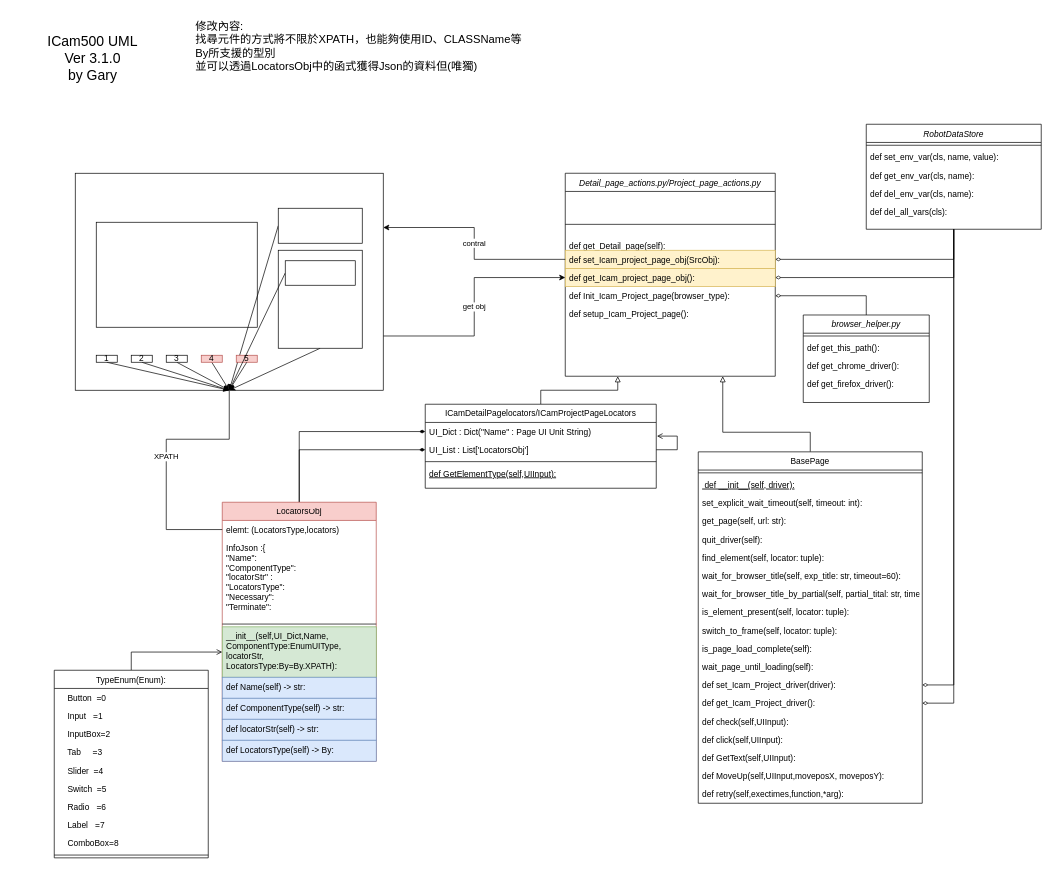
Earlier version of the draw.io diagram page "版本3.1.0-20220215" (1 of 4) of doc/E2E架構圖.drawio (YiFan0221/E2E-POM). Source tidied: cells renumbered, new cells numbered last; positions are measured from the earlier drawing's top-left corner, leaving out a move shared by most shapes. Both pictures are drawn from the tidied source at 70%, with x=0, y=0 at pixel (12, 19).
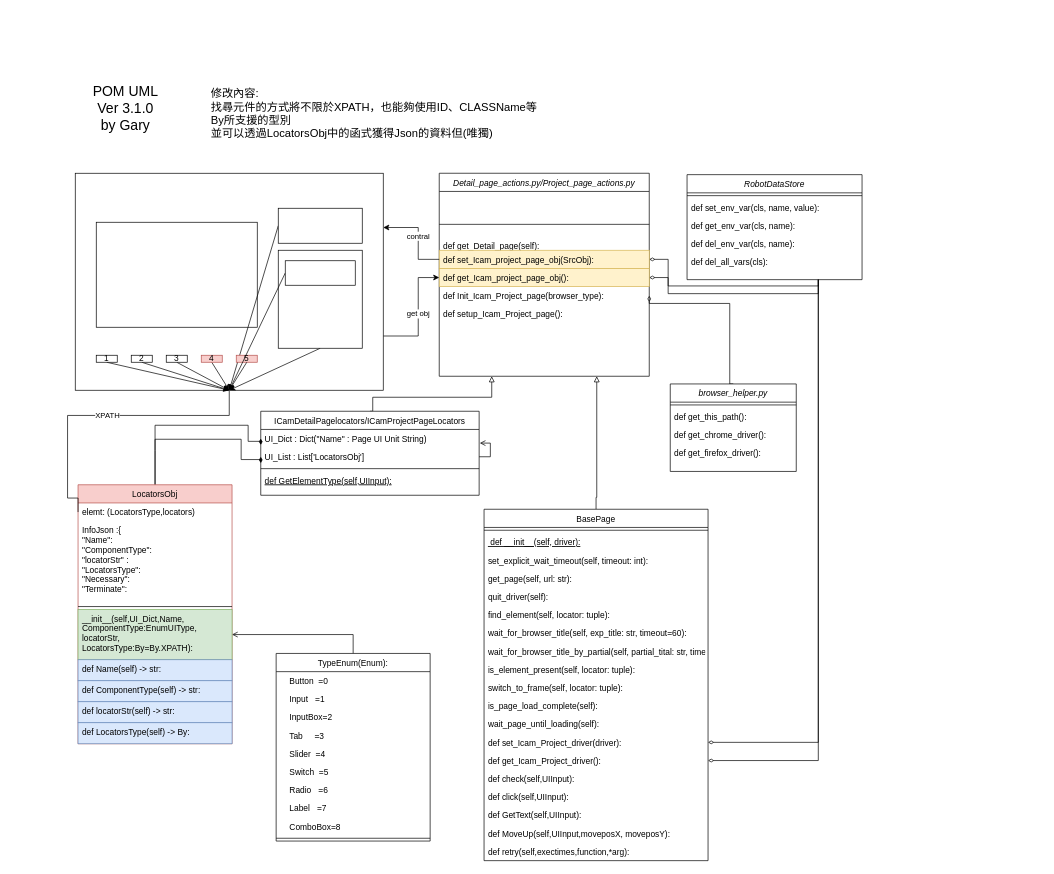
The same page after the edit.

The change refers to these unchanged cells:
```xml
<mxCell id="16" value="def set_Icam_Project_driver(driver):" style="text;align=left;verticalAlign=top;spacingLeft=4;spacingRight=4;overflow=hidden;points=[[0,0.5],[1,0.5]];portConstraint=eastwest;" parent="3" vertex="1">
  <mxGeometry y="320" width="320" height="26" as="geometry" />
</mxCell>
<mxCell id="17" value="def get_Icam_Project_driver():" style="text;align=left;verticalAlign=top;spacingLeft=4;spacingRight=4;overflow=hidden;points=[[0,0.5],[1,0.5]];portConstraint=eastwest;" parent="3" vertex="1">
  <mxGeometry y="346" width="320" height="26" as="geometry" />
</mxCell>
<mxCell id="33" value="elemt: (LocatorsType,locators)" style="text;align=left;verticalAlign=top;spacingLeft=4;spacingRight=4;overflow=hidden;points=[[0,0.5],[1,0.5]];portConstraint=eastwest;" parent="32" vertex="1">
  <mxGeometry y="26" width="220" height="26" as="geometry" />
</mxCell>
<mxCell id="36" value="__init__(self,UI_Dict,Name,&#10;ComponentType:EnumUIType,&#10;locatorStr,&#10;LocatorsType:By=By.XPATH): " style="text;align=left;verticalAlign=top;spacingLeft=4;spacingRight=4;overflow=hidden;points=[[0,0.5],[1,0.5]];portConstraint=eastwest;fontStyle=0;strokeColor=#82b366;fillColor=#d5e8d4;" parent="32" vertex="1">
  <mxGeometry y="178" width="220" height="72" as="geometry" />
</mxCell>
<mxCell id="57" value="def set_Icam_project_page_obj(SrcObj):" style="text;align=left;verticalAlign=top;spacingLeft=4;spacingRight=4;overflow=hidden;points=[[0,0.5],[1,0.5]];portConstraint=eastwest;fillColor=#fff2cc;strokeColor=#d6b656;" parent="53" vertex="1">
  <mxGeometry y="110" width="300" height="26" as="geometry" />
</mxCell>
<mxCell id="58" value="def get_Icam_project_page_obj():" style="text;align=left;verticalAlign=top;spacingLeft=4;spacingRight=4;overflow=hidden;points=[[0,0.5],[1,0.5]];portConstraint=eastwest;fillColor=#fff2cc;strokeColor=#d6b656;" parent="53" vertex="1">
  <mxGeometry y="136" width="300" height="26" as="geometry" />
</mxCell>
<mxCell id="59" value="def Init_Icam_Project_page(browser_type):" style="text;align=left;verticalAlign=top;spacingLeft=4;spacingRight=4;overflow=hidden;points=[[0,0.5],[1,0.5]];portConstraint=eastwest;" parent="53" vertex="1">
  <mxGeometry y="162" width="300" height="26" as="geometry" />
</mxCell>
<mxCell id="70" value="WEB UI" style="rounded=0;whiteSpace=wrap;html=1;" parent="1" vertex="1">
  <mxGeometry x="90" y="220" width="440" height="310" as="geometry" />
</mxCell>
```

What changed in the source:
```diff
@@
     <mxCell id="2" style="edgeStyle=orthogonalEdgeStyle;rounded=0;jettySize=auto;html=1;exitX=0.5;exitY=0;exitDx=0;exitDy=0;entryX=0.75;entryY=1;entryDx=0;entryDy=0;startArrow=none;startFill=0;endArrow=block;endFill=0;" parent="1" edge="1" source="3" target="53">
       <mxGeometry relative="1" as="geometry">
         <Array as="points">
-          <mxPoint x="1140" y="590" />
-          <mxPoint x="1015" y="590" />
+          <mxPoint x="835" y="683" />
         </Array>
       </mxGeometry>
     </mxCell>
     <mxCell id="3" value="BasePage&#10;" style="swimlane;fontStyle=0;align=center;verticalAlign=top;horizontal=1;startSize=26;rounded=0;shadow=0;strokeWidth=1;" parent="1" vertex="1">
-      <mxGeometry x="980" y="618" width="320" height="502" as="geometry" />
+      <mxGeometry x="674" y="700" width="320" height="502" as="geometry" />
     </mxCell>
@@
     <mxCell id="23" style="edgeStyle=orthogonalEdgeStyle;rounded=0;jettySize=auto;html=1;exitX=0.5;exitY=0;exitDx=0;exitDy=0;entryX=0.25;entryY=1;entryDx=0;entryDy=0;startArrow=none;startFill=0;endArrow=block;endFill=0;" parent="1" edge="1" source="24" target="53">
       <mxGeometry relative="1" as="geometry">
         <Array as="points">
-          <mxPoint x="755" y="530" />
-          <mxPoint x="865" y="530" />
+          <mxPoint x="515" y="540" />
+          <mxPoint x="685" y="540" />
         </Array>
       </mxGeometry>
     </mxCell>
     <mxCell id="24" value="ICamDetailPagelocators/ICamProjectPageLocators" style="swimlane;fontStyle=0;align=center;verticalAlign=top;horizontal=1;startSize=26;rounded=0;shadow=0;strokeWidth=1;" parent="1" vertex="1">
-      <mxGeometry x="590" y="550" width="330" height="120" as="geometry" />
+      <mxGeometry x="355" y="560" width="312" height="120" as="geometry" />
     </mxCell>
     <mxCell id="25" value="UI_Dict : Dict(&quot;Name&quot; : Page UI Unit String)" style="text;align=left;verticalAlign=top;spacingLeft=4;spacingRight=4;overflow=hidden;points=[[0,0.5],[1,0.5]];portConstraint=eastwest;" parent="24" vertex="1">
-      <mxGeometry y="26" width="330" height="26" as="geometry" />
+      <mxGeometry y="26" width="312" height="26" as="geometry" />
     </mxCell>
     <mxCell id="26" style="edgeStyle=orthogonalEdgeStyle;rounded=0;jettySize=auto;html=1;entryX=1.003;entryY=0.75;entryDx=0;entryDy=0;entryPerimeter=0;startArrow=none;startFill=0;endArrow=open;endFill=0;exitX=1;exitY=0.5;exitDx=0;exitDy=0;" parent="24" edge="1" source="27" target="25">
       <mxGeometry relative="1" as="geometry">
         <Array as="points">
-          <mxPoint x="360" y="65" />
-          <mxPoint x="360" y="46" />
+          <mxPoint x="328" y="65" />
+          <mxPoint x="328" y="45" />
         </Array>
       </mxGeometry>
     </mxCell>
     <mxCell id="27" value="UI_List : List['LocatorsObj']" style="text;align=left;verticalAlign=top;spacingLeft=4;spacingRight=4;overflow=hidden;points=[[0,0.5],[1,0.5]];portConstraint=eastwest;" parent="24" vertex="1">
-      <mxGeometry y="52" width="330" height="26" as="geometry" />
+      <mxGeometry y="52" width="312" height="26" as="geometry" />
     </mxCell>
     <mxCell id="28" style="line;html=1;strokeWidth=1;align=left;verticalAlign=middle;spacingTop=-1;spacingLeft=3;spacingRight=3;labelPosition=right;" parent="24" vertex="1">
-      <mxGeometry y="78" width="330" height="8" as="geometry" />
+      <mxGeometry y="78" width="312" height="8" as="geometry" />
     </mxCell>
     <mxCell id="29" value="def GetElementType(self,UIInput):" style="text;align=left;verticalAlign=top;spacingLeft=4;spacingRight=4;overflow=hidden;fontStyle=4;" parent="24" vertex="1">
-      <mxGeometry y="86" width="330" height="34" as="geometry" />
+      <mxGeometry y="86" width="312" height="34" as="geometry" />
     </mxCell>
     <mxCell id="30" style="edgeStyle=orthogonalEdgeStyle;rounded=0;jettySize=auto;html=1;exitX=0.5;exitY=0;exitDx=0;exitDy=0;entryX=0;entryY=0.5;entryDx=0;entryDy=0;startArrow=none;startFill=0;endArrow=diamondThin;endFill=1;" parent="1" edge="1" source="32" target="27">
-      <mxGeometry relative="1" as="geometry" />
+      <mxGeometry relative="1" as="geometry">
+        <Array as="points">
+          <mxPoint x="204" y="616" />
+          <mxPoint x="204" y="600" />
+          <mxPoint x="327" y="600" />
+          <mxPoint x="327" y="629" />
+          <mxPoint x="355" y="629" />
+        </Array>
+      </mxGeometry>
     </mxCell>
     <mxCell id="31" style="edgeStyle=orthogonalEdgeStyle;rounded=0;jettySize=auto;html=1;exitX=0.5;exitY=0;exitDx=0;exitDy=0;entryX=0;entryY=0.5;entryDx=0;entryDy=0;startArrow=none;startFill=0;endArrow=diamondThin;endFill=1;" parent="1" edge="1" source="32" target="25">
-      <mxGeometry relative="1" as="geometry" />
+      <mxGeometry relative="1" as="geometry">
+        <Array as="points">
+          <mxPoint x="204" y="616" />
+          <mxPoint x="204" y="580" />
+          <mxPoint x="337" y="580" />
+          <mxPoint x="337" y="603" />
+          <mxPoint x="355" y="603" />
+        </Array>
+      </mxGeometry>
     </mxCell>
     <mxCell id="32" value="LocatorsObj" style="swimlane;fontStyle=0;align=center;verticalAlign=top;horizontal=1;startSize=26;rounded=0;shadow=0;strokeWidth=1;fillColor=#f8cecc;strokeColor=#b85450;" parent="1" vertex="1">
-      <mxGeometry x="300" y="690" width="220" height="370" as="geometry" />
+      <mxGeometry x="94" y="665" width="220" height="370" as="geometry" />
     </mxCell>
@@
-    <mxCell id="41" style="edgeStyle=orthogonalEdgeStyle;rounded=0;jettySize=auto;html=1;exitX=0.5;exitY=0;exitDx=0;exitDy=0;entryX=0;entryY=0.5;entryDx=0;entryDy=0;startArrow=none;startFill=0;endArrow=open;endFill=0;" parent="1" edge="1" source="42" target="36">
+    <mxCell id="41" style="edgeStyle=orthogonalEdgeStyle;rounded=0;jettySize=auto;html=1;exitX=0.5;exitY=0;exitDx=0;exitDy=0;entryX=1;entryY=0.5;entryDx=0;entryDy=0;startArrow=none;startFill=0;endArrow=open;endFill=0;" parent="1" edge="1" source="42" target="36">
       <mxGeometry relative="1" as="geometry">
         <Array as="points">
-          <mxPoint x="170" y="904" />
+          <mxPoint x="487" y="879" />
         </Array>
       </mxGeometry>
     </mxCell>
     <mxCell id="42" value="TypeEnum(Enum):" style="swimlane;fontStyle=0;align=center;verticalAlign=top;horizontal=1;startSize=26;rounded=0;shadow=0;strokeWidth=1;" parent="1" vertex="1">
-      <mxGeometry x="60" y="930" width="220" height="268" as="geometry" />
+      <mxGeometry x="377" y="906" width="220" height="268" as="geometry" />
     </mxCell>
@@
     <mxCell id="53" value="Detail_page_actions.py/Project_page_actions.py" style="swimlane;fontStyle=2;align=center;verticalAlign=top;horizontal=1;startSize=26;rounded=0;shadow=0;strokeWidth=1;" parent="1" vertex="1">
-      <mxGeometry x="790" y="220" width="300" height="290" as="geometry" />
+      <mxGeometry x="610" y="220" width="300" height="290" as="geometry" />
     </mxCell>
@@
     <mxCell id="61" style="edgeStyle=orthogonalEdgeStyle;rounded=0;jettySize=auto;html=1;exitX=0.5;exitY=0;exitDx=0;exitDy=0;entryX=1;entryY=0.5;entryDx=0;entryDy=0;startArrow=none;startFill=0;endArrow=diamondThin;endFill=0;" parent="1" edge="1" source="62" target="59">
-      <mxGeometry relative="1" as="geometry" />
+      <mxGeometry relative="1" as="geometry">
+        <Array as="points">
+          <mxPoint x="1025" y="406" />
+          <mxPoint x="910" y="406" />
+        </Array>
+      </mxGeometry>
     </mxCell>
     <mxCell id="62" value="browser_helper.py" style="swimlane;fontStyle=2;align=center;verticalAlign=top;horizontal=1;startSize=26;rounded=0;shadow=0;strokeWidth=1;" parent="1" vertex="1">
-      <mxGeometry x="1130" y="422.5" width="180" height="125" as="geometry" />
+      <mxGeometry x="940" y="521" width="180" height="125" as="geometry" />
     </mxCell>
@@
-    <mxCell id="67" value="&lt;font style=&quot;font-size: 20px&quot;&gt;ICam500 UML&lt;br&gt;Ver 3.1.0&lt;br&gt;by Gary&lt;br&gt;&lt;/font&gt;" style="text;html=1;strokeColor=none;fillColor=none;align=center;verticalAlign=middle;whiteSpace=wrap;rounded=0;" parent="1" vertex="1">
-      <mxGeometry y="10" width="230" height="90" as="geometry" />
+    <mxCell id="67" value="&lt;font style=&quot;font-size: 20px&quot;&gt;POM UML&lt;br&gt;Ver 3.1.0&lt;br&gt;by Gary&lt;br&gt;&lt;/font&gt;" style="text;html=1;strokeColor=none;fillColor=none;align=center;verticalAlign=middle;whiteSpace=wrap;rounded=0;" parent="1" vertex="1">
+      <mxGeometry x="47" y="81" width="230" height="90" as="geometry" />
     </mxCell>
     <mxCell id="68" value="XPATH" style="edgeStyle=orthogonalEdgeStyle;rounded=0;jettySize=auto;html=1;exitX=0.5;exitY=1;exitDx=0;exitDy=0;endArrow=none;endFill=0;entryX=0;entryY=0.5;entryDx=0;entryDy=0;" parent="1" edge="1" source="70" target="33">
       <mxGeometry relative="1" as="geometry">
         <Array as="points">
-          <mxPoint x="310" y="600" />
-          <mxPoint x="220" y="600" />
-          <mxPoint x="220" y="729" />
+          <mxPoint x="310" y="566" />
+          <mxPoint x="79" y="566" />
+          <mxPoint x="79" y="684" />
         </Array>
       </mxGeometry>
     </mxCell>
     <mxCell id="69" value="get obj" style="edgeStyle=orthogonalEdgeStyle;rounded=0;jettySize=auto;html=1;exitX=1;exitY=0.75;exitDx=0;exitDy=0;entryX=0;entryY=0.5;entryDx=0;entryDy=0;" parent="1" edge="1" source="70" target="58">
-      <mxGeometry relative="1" as="geometry" />
+      <mxGeometry relative="1" as="geometry">
+        <Array as="points">
+          <mxPoint x="580" y="453" />
+          <mxPoint x="580" y="369" />
+        </Array>
+      </mxGeometry>
     </mxCell>
@@
     <mxCell id="86" value="contral" style="edgeStyle=orthogonalEdgeStyle;rounded=0;jettySize=auto;html=1;exitX=0;exitY=0.5;exitDx=0;exitDy=0;entryX=1;entryY=0.25;entryDx=0;entryDy=0;" parent="1" edge="1" source="57" target="70">
-      <mxGeometry relative="1" as="geometry" />
+      <mxGeometry relative="1" as="geometry">
+        <Array as="points">
+          <mxPoint x="580" y="343" />
+          <mxPoint x="580" y="297" />
+        </Array>
+      </mxGeometry>
     </mxCell>
-    <mxCell id="87" style="edgeStyle=orthogonalEdgeStyle;rounded=0;jettySize=auto;html=1;exitX=0.5;exitY=1;exitDx=0;exitDy=0;startArrow=none;startFill=0;endArrow=diamondThin;endFill=0;" parent="1" edge="1" source="91" target="57">
+    <mxCell id="87" style="edgeStyle=orthogonalEdgeStyle;rounded=0;jettySize=auto;html=1;exitX=0.75;exitY=1;exitDx=0;exitDy=0;startArrow=none;startFill=0;endArrow=diamondThin;endFill=0;" parent="1" edge="1" source="91" target="57">
       <mxGeometry relative="1" as="geometry" />
     </mxCell>
-    <mxCell id="88" style="edgeStyle=orthogonalEdgeStyle;rounded=0;jettySize=auto;html=1;exitX=0.5;exitY=1;exitDx=0;exitDy=0;entryX=1;entryY=0.5;entryDx=0;entryDy=0;startArrow=none;startFill=0;endArrow=diamondThin;endFill=0;" parent="1" edge="1" source="91" target="58">
-      <mxGeometry relative="1" as="geometry" />
+    <mxCell id="88" style="edgeStyle=orthogonalEdgeStyle;rounded=0;jettySize=auto;html=1;exitX=0.75;exitY=1;exitDx=0;exitDy=0;entryX=1;entryY=0.5;entryDx=0;entryDy=0;startArrow=none;startFill=0;endArrow=diamondThin;endFill=0;" parent="1" edge="1" source="91" target="58">
+      <mxGeometry relative="1" as="geometry">
+        <Array as="points">
+          <mxPoint x="1151" y="381" />
+          <mxPoint x="937" y="381" />
+          <mxPoint x="937" y="369" />
+        </Array>
+      </mxGeometry>
     </mxCell>
-    <mxCell id="89" style="edgeStyle=orthogonalEdgeStyle;rounded=0;jettySize=auto;html=1;exitX=0.5;exitY=1;exitDx=0;exitDy=0;entryX=1;entryY=0.5;entryDx=0;entryDy=0;startArrow=none;startFill=0;endArrow=diamondThin;endFill=0;" parent="1" edge="1" source="91" target="16">
+    <mxCell id="89" style="edgeStyle=orthogonalEdgeStyle;rounded=0;jettySize=auto;html=1;exitX=0.75;exitY=1;exitDx=0;exitDy=0;entryX=1;entryY=0.5;entryDx=0;entryDy=0;startArrow=none;startFill=0;endArrow=diamondThin;endFill=0;" parent="1" edge="1" source="91" target="16">
       <mxGeometry relative="1" as="geometry" />
     </mxCell>
-    <mxCell id="90" style="edgeStyle=orthogonalEdgeStyle;rounded=0;jettySize=auto;html=1;exitX=0.5;exitY=1;exitDx=0;exitDy=0;entryX=1;entryY=0.5;entryDx=0;entryDy=0;startArrow=none;startFill=0;endArrow=diamondThin;endFill=0;" parent="1" edge="1" source="91" target="17">
+    <mxCell id="90" style="edgeStyle=orthogonalEdgeStyle;rounded=0;jettySize=auto;html=1;exitX=0.75;exitY=1;exitDx=0;exitDy=0;entryX=1;entryY=0.5;entryDx=0;entryDy=0;startArrow=none;startFill=0;endArrow=diamondThin;endFill=0;" parent="1" edge="1" source="91" target="17">
       <mxGeometry relative="1" as="geometry" />
     </mxCell>
     <mxCell id="91" value="RobotDataStore" style="swimlane;fontStyle=2;align=center;verticalAlign=top;horizontal=1;startSize=26;rounded=0;shadow=0;strokeWidth=1;" parent="1" vertex="1">
-      <mxGeometry x="1220" y="150" width="250" height="150" as="geometry" />
+      <mxGeometry x="964" y="222" width="250" height="150" as="geometry" />
     </mxCell>
@@
     <mxCell id="97" value="&lt;h1 style=&quot;font-size: 16px&quot;&gt;&lt;/h1&gt;&lt;font style=&quot;font-size: 16px&quot;&gt;修改內容:&lt;br&gt;找尋元件的方式將不限於XPATH，也能夠使用ID、CLASSName等&lt;br&gt;By所支援的型別&lt;br&gt;並可以透過&lt;span style=&quot;text-align: center&quot;&gt;LocatorsObj中的函式獲得Json的資料但(唯獨)&lt;/span&gt;&lt;/font&gt;&lt;span style=&quot;font-size: 16px&quot;&gt;&lt;br style=&quot;font-size: 16px&quot;&gt;&lt;/span&gt;" style="text;html=1;strokeColor=none;fillColor=none;spacing=5;spacingTop=-20;whiteSpace=wrap;overflow=hidden;rounded=0;fontSize=16;" parent="1" vertex="1">
-      <mxGeometry x="257" width="500" height="150" as="geometry" />
+      <mxGeometry x="279" y="96" width="500" height="150" as="geometry" />
     </mxCell>
```
